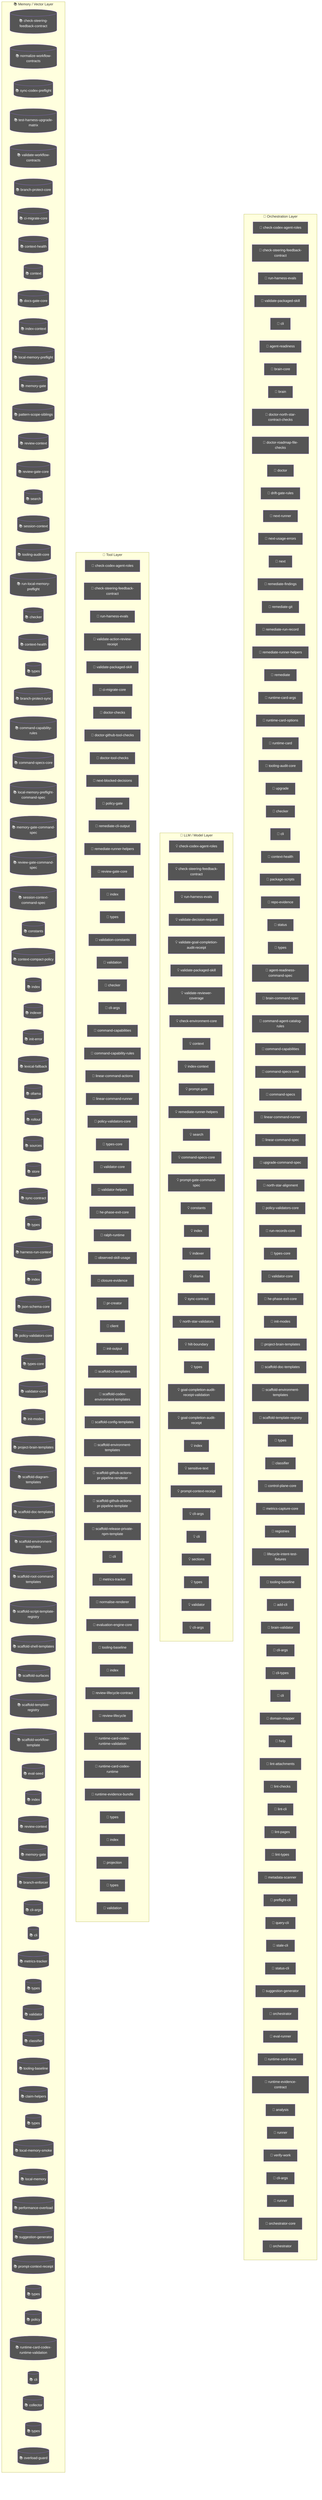
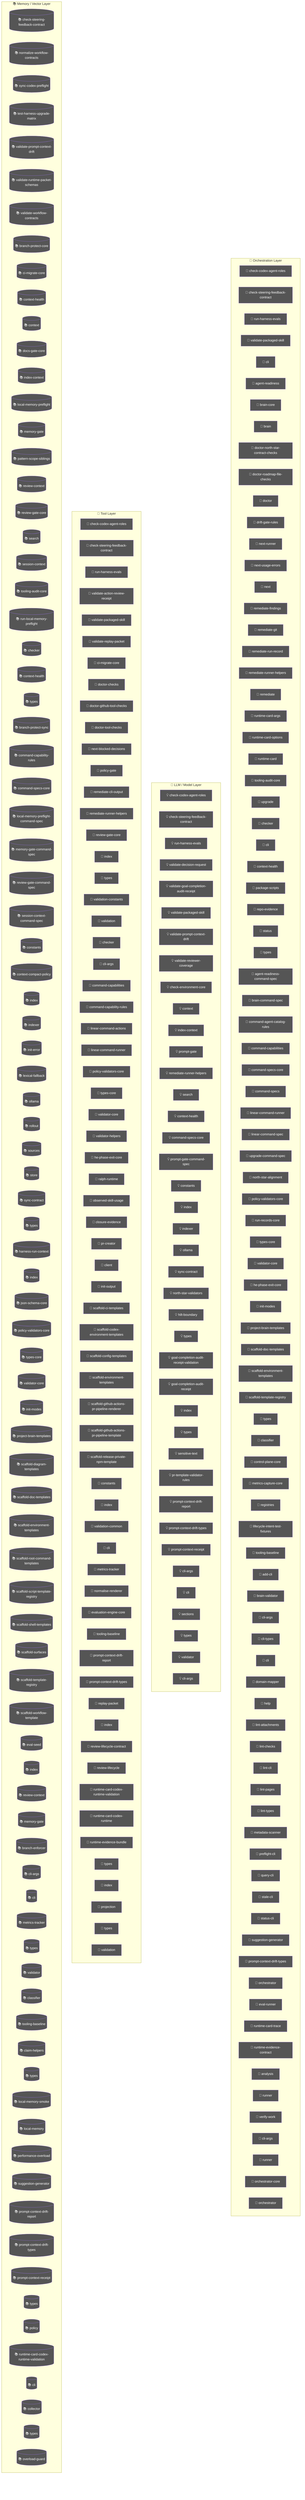
flowchart TD
  subgraph Orchestration["🎯 Orchestration Layer"]
    node_agent_mmd_orchestration_layer_orchestration_chec_7a9f0b64["🤖 check-codex-agent-roles"]
    node_agent_mmd_orchestration_layer_orchestration_chec_7fd47f5c["🤖 check-steering-feedback-contract"]
    node_agent_mmd_orchestration_layer_orchestration_run__18817957["🤖 run-harness-evals"]
    node_agent_mmd_orchestration_layer_orchestration_vali_c01b04be["🤖 validate-packaged-skill"]
    cli_99bb8840["🤖 cli"]
    agent_readiness_c82c68e6["🤖 agent-readiness"]
    brain_core_aa07c380["🤖 brain-core"]
    brain_bbbf7a64["🤖 brain"]
    doctor_north_star_contract_checks_0048124c["🤖 doctor-north-star-contract-checks"]
    doctor_roadmap_file_checks_14447b8e["🤖 doctor-roadmap-file-checks"]
    doctor_72f4be89["🤖 doctor"]
    drift_gate_rules_9685e72d["🤖 drift-gate-rules"]
    next_runner_41643472["🤖 next-runner"]
    next_usage_errors_837a345a["🤖 next-usage-errors"]
    next_c6c1c9a9["🤖 next"]
    remediate_findings_8b09c8c6["🤖 remediate-findings"]
    remediate_git_58c6f6f4["🤖 remediate-git"]
    remediate_run_record_9dfe5dc1["🤖 remediate-run-record"]
    node_agent_mmd_orchestration_layer_orchestration_reme_359fe98f["🤖 remediate-runner-helpers"]
    remediate_06b9c7fc["🤖 remediate"]
    runtime_card_args_2b3d4b28["🤖 runtime-card-args"]
    runtime_card_options_c9156ad5["🤖 runtime-card-options"]
    runtime_card_e06b53e1["🤖 runtime-card"]
    node_agent_mmd_orchestration_layer_orchestration_tool_acfe0c01["🤖 tooling-audit-core"]
    upgrade_7fef9479["🤖 upgrade"]
    node_agent_mmd_orchestration_layer_orchestration_chec_0550c395["🤖 checker"]
    cli_1_084e05fe["🤖 cli"]
    node_agent_mmd_orchestration_layer_orchestration_cont_61b3b9c9["🤖 context-health"]
    package_scripts_3ee6150f["🤖 package-scripts"]
    repo_evidence_38bb1de5["🤖 repo-evidence"]
    status_073c1634["🤖 status"]
    node_agent_mmd_orchestration_layer_orchestration_type_4f906dcc["🤖 types"]
    agent_readiness_command_spec_a30c2c1e["🤖 agent-readiness-command-spec"]
    brain_command_spec_15b122d5["🤖 brain-command-spec"]
    command_agent_catalog_rules_8e06b2af["🤖 command-agent-catalog-rules"]
    node_agent_mmd_orchestration_layer_orchestration_comm_6e41a7f7["🤖 command-capabilities"]
    node_agent_mmd_orchestration_layer_orchestration_comm_1f8cc24c["🤖 command-specs-core"]
    command_specs_69167c63["🤖 command-specs"]
    node_agent_mmd_orchestration_layer_orchestration_line_b67affd5["🤖 linear-command-runner"]
    linear_command_spec_1e12dd44["🤖 linear-command-spec"]
    upgrade_command_spec_03f6c7bd["🤖 upgrade-command-spec"]
    north_star_alignment_00440188["🤖 north-star-alignment"]
    node_agent_mmd_orchestration_layer_orchestration_poli_3270b55d["🤖 policy-validators-core"]
    run_records_core_89286dfa["🤖 run-records-core"]
    node_agent_mmd_orchestration_layer_orchestration_type_7cf81261["🤖 types-core"]
    node_agent_mmd_orchestration_layer_orchestration_vali_d9fe99e6["🤖 validator-core"]
    node_agent_mmd_orchestration_layer_orchestration_he_p_fc778c24["🤖 he-phase-exit-core"]
    node_agent_mmd_orchestration_layer_orchestration_init_2a9c3ecb["🤖 init-modes"]
    node_agent_mmd_orchestration_layer_orchestration_proj_6ab6f60f["🤖 project-brain-templates"]
    node_agent_mmd_orchestration_layer_orchestration_scaf_12cc07db["🤖 scaffold-doc-templates"]
    node_agent_mmd_orchestration_layer_orchestration_scaf_c9a90c2f["🤖 scaffold-environment-templates"]
    node_agent_mmd_orchestration_layer_orchestration_scaf_ff8f92f6["🤖 scaffold-template-registry"]
-     types_14_fe7507be["🤖 types"]
+     types_15_86775c96["🤖 types"]
    node_agent_mmd_orchestration_layer_orchestration_clas_899b821a["🤖 classifier"]
    control_plane_core_db3b4cb2["🤖 control-plane-core"]
    metrics_capture_core_db4bf7cf["🤖 metrics-capture-core"]
    registries_06402afa["🤖 registries"]
    lifecycle_intent_test_fixtures_a53c7ada["🤖 lifecycle-intent-test-fixtures"]
    node_agent_mmd_orchestration_layer_orchestration_tool_cc43149f["🤖 tooling-baseline"]
    add_cli_7614de25["🤖 add-cli"]
    brain_validator_be251832["🤖 brain-validator"]
    cli_args_8_d546936e["🤖 cli-args"]
    cli_types_1686e858["🤖 cli-types"]
    cli_9_b54c1407["🤖 cli"]
    domain_mapper_cd9333d2["🤖 domain-mapper"]
    help_106a5842["🤖 help"]
    lint_attachments_873c0632["🤖 lint-attachments"]
    lint_checks_83522b19["🤖 lint-checks"]
    lint_cli_9ec62ec0["🤖 lint-cli"]
    lint_pages_e33301d0["🤖 lint-pages"]
    lint_types_2862c255["🤖 lint-types"]
    metadata_scanner_6a101b66["🤖 metadata-scanner"]
    preflight_cli_5d148379["🤖 preflight-cli"]
    query_cli_b95be64d["🤖 query-cli"]
    stale_cli_64548720["🤖 stale-cli"]
    status_cli_4c24a0d6["🤖 status-cli"]
    node_agent_mmd_orchestration_layer_orchestration_sugg_85c5ebe3["🤖 suggestion-generator"]
+     node_agent_mmd_orchestration_layer_orchestration_prom_77088997["🤖 prompt-context-drift-types"]
    orchestrator_11376b7e["🤖 orchestrator"]
    eval_runner_0966a6b3["🤖 eval-runner"]
    runtime_card_trace_64a5ca95["🤖 runtime-card-trace"]
    runtime_evidence_contract_0f7b15b2["🤖 runtime-evidence-contract"]
    analysis_f44e85c4["🤖 analysis"]
    runner_527aa9f4["🤖 runner"]
    verify_work_1_cd8e7ec3["🤖 verify-work"]
    cli_args_14_3481043e["🤖 cli-args"]
    runner_1_6f281bf8["🤖 runner"]
    orchestrator_core_d0678b53["🤖 orchestrator-core"]
    orchestrator_1_6b7137c5["🤖 orchestrator"]
  end
  subgraph LLMLayer["🧠 LLM / Model Layer"]
    node_agent_mmd_llm_model_layer_llmlayer_check_codex_a_29e7b7fa["💡 check-codex-agent-roles"]
    node_agent_mmd_llm_model_layer_llmlayer_check_steerin_0e1bf90d["💡 check-steering-feedback-contract"]
    node_agent_mmd_llm_model_layer_llmlayer_run_harness_e_603fcfdc["💡 run-harness-evals"]
    validate_decision_request_2e5c325e["💡 validate-decision-request"]
    validate_goal_completion_audit_receipt_100d252c["💡 validate-goal-completion-audit-receipt"]
    node_agent_mmd_llm_model_layer_llmlayer_validate_pack_2a12e1f4["💡 validate-packaged-skill"]
+     node_agent_mmd_llm_model_layer_llmlayer_validate_prom_9880f764["💡 validate-prompt-context-drift"]
    validate_reviewer_coverage_251efee3["💡 validate-reviewer-coverage"]
    check_environment_core_2c16213f["💡 check-environment-core"]
    node_agent_mmd_llm_model_layer_llmlayer_context_conte_ad2dfbd9["💡 context"]
    node_agent_mmd_llm_model_layer_llmlayer_index_context_1041bd11["💡 index-context"]
    prompt_gate_c5e9d207["💡 prompt-gate"]
    node_agent_mmd_llm_model_layer_llmlayer_remediate_run_9e3d4585["💡 remediate-runner-helpers"]
    node_agent_mmd_llm_model_layer_llmlayer_search_search_66b9a911["💡 search"]
+     node_agent_mmd_llm_model_layer_llmlayer_context_healt_cfc0bfa8["💡 context-health"]
    node_agent_mmd_llm_model_layer_llmlayer_command_specs_782af9fa["💡 command-specs-core"]
    prompt_gate_command_spec_9a941482["💡 prompt-gate-command-spec"]
    node_agent_mmd_llm_model_layer_llmlayer_constants_con_c9bd3f6c["💡 constants"]
    node_agent_mmd_llm_model_layer_llmlayer_index_index_1_02e160ff["💡 index"]
    node_agent_mmd_llm_model_layer_llmlayer_indexer_index_4f4deef5["💡 indexer"]
    node_agent_mmd_llm_model_layer_llmlayer_ollama_ollama_968b23fa["💡 ollama"]
    node_agent_mmd_llm_model_layer_llmlayer_sync_contract_9f3cc8c1["💡 sync-contract"]
    north_star_validators_cfc926ce["💡 north-star-validators"]
    hilt_boundary_9b36fb15["💡 hilt-boundary"]
-     types_8_f6283648["💡 types"]
+     types_9_1db4641f["💡 types"]
    goal_completion_audit_receipt_validation_9d0f4891["💡 goal-completion-audit-receipt-validation"]
    goal_completion_audit_receipt_5e4939c3["💡 goal-completion-audit-receipt"]
-     index_3_7e40d474["💡 index"]
+     index_4_013aa0e3["💡 index"]
+     node_agent_mmd_llm_model_layer_llmlayer_constants_con_c9bd3f6c["💡 constants"]
+     types_16_0fae1112["💡 types"]
    sensitive_text_7c11f760["💡 sensitive-text"]
+     pr_template_validator_rules_20a32d6b["💡 pr-template-validator-rules"]
+     node_agent_mmd_llm_model_layer_llmlayer_index_index_1_02e160ff["💡 index"]
+     node_agent_mmd_llm_model_layer_llmlayer_prompt_contex_9683b128["💡 prompt-context-drift-report"]
+     node_agent_mmd_llm_model_layer_llmlayer_prompt_contex_e5066b88["💡 prompt-context-drift-types"]
    node_agent_mmd_llm_model_layer_llmlayer_index_index_1_02e160ff["💡 index"]
    node_agent_mmd_llm_model_layer_llmlayer_prompt_contex_6426acc2["💡 prompt-context-receipt"]
    cli_args_9_9c136878["💡 cli-args"]
    cli_10_35dc8cbd["💡 cli"]
    sections_4697ef32["💡 sections"]
-     types_24_c63dc1a7["💡 types"]
+     types_26_a5814179["💡 types"]
    validator_6_3688adbf["💡 validator"]
    cli_args_10_861cdd3f["💡 cli-args"]
  end
  subgraph ToolLayer["🔧 Tool Layer"]
    node_agent_mmd_tool_layer_toollayer_check_codex_agent_4b361d5a["🔧 check-codex-agent-roles"]
    node_agent_mmd_tool_layer_toollayer_check_steering_fe_eafecf3a["🔧 check-steering-feedback-contract"]
    node_agent_mmd_tool_layer_toollayer_run_harness_evals_e2ee24f1["🔧 run-harness-evals"]
    validate_action_review_receipt_fa2f06c3["🔧 validate-action-review-receipt"]
    node_agent_mmd_tool_layer_toollayer_validate_packaged_2855c827["🔧 validate-packaged-skill"]
+     validate_replay_packet_f309747e["🔧 validate-replay-packet"]
    node_agent_mmd_tool_layer_toollayer_ci_migrate_core_c_049f8460["🔧 ci-migrate-core"]
    doctor_checks_5a2eb2b9["🔧 doctor-checks"]
    doctor_github_tool_checks_a53b0382["🔧 doctor-github-tool-checks"]
    doctor_tool_checks_4acac51a["🔧 doctor-tool-checks"]
    next_blocked_decisions_4140ad2b["🔧 next-blocked-decisions"]
    policy_gate_213f7313["🔧 policy-gate"]
    remediate_cli_output_cc165396["🔧 remediate-cli-output"]
    node_agent_mmd_tool_layer_toollayer_remediate_runner__c003b871["🔧 remediate-runner-helpers"]
    node_agent_mmd_tool_layer_toollayer_review_gate_core__7704598b["🔧 review-gate-core"]
    index_1bc04b52["🔧 index"]
    types_1_4ecdf56e["🔧 types"]
    validation_constants_e002a0f6["🔧 validation-constants"]
    validation_98c41dcd["🔧 validation"]
    node_agent_mmd_tool_layer_toollayer_checker_checker_2_453d593b["🔧 checker"]
    cli_args_1_6144b055["🔧 cli-args"]
    node_agent_mmd_tool_layer_toollayer_command_capabilit_7fe13db1["🔧 command-capabilities"]
    node_agent_mmd_tool_layer_toollayer_command_capabilit_e97a4615["🔧 command-capability-rules"]
    linear_command_actions_e430f4f4["🔧 linear-command-actions"]
    node_agent_mmd_tool_layer_toollayer_linear_command_ru_d6763748["🔧 linear-command-runner"]
    node_agent_mmd_tool_layer_toollayer_policy_validators_af136abf["🔧 policy-validators-core"]
    node_agent_mmd_tool_layer_toollayer_types_core_types__6c8319b6["🔧 types-core"]
    node_agent_mmd_tool_layer_toollayer_validator_core_va_6ef6131f["🔧 validator-core"]
    validator_helpers_7b927667["🔧 validator-helpers"]
    node_agent_mmd_tool_layer_toollayer_he_phase_exit_cor_af016160["🔧 he-phase-exit-core"]
    ralph_runtime_73d63c0e["🔧 ralph-runtime"]
    observed_skill_usage_ed7d5930["🔧 observed-skill-usage"]
    closure_evidence_aaa31467["🔧 closure-evidence"]
    pr_creator_dc6b1ea4["🔧 pr-creator"]
    client_948fe603["🔧 client"]
    init_output_360dce91["🔧 init-output"]
    scaffold_ci_templates_2afd6392["🔧 scaffold-ci-templates"]
    scaffold_codex_environment_templates_334fbbed["🔧 scaffold-codex-environment-templates"]
    scaffold_config_templates_4b80ce53["🔧 scaffold-config-templates"]
    node_agent_mmd_tool_layer_toollayer_scaffold_environm_c1afc013["🔧 scaffold-environment-templates"]
    scaffold_github_actions_pr_pipeline_renderer_1ee18de5["🔧 scaffold-github-actions-pr-pipeline-renderer"]
    scaffold_github_actions_pr_pipeline_template_e2b85f62["🔧 scaffold-github-actions-pr-pipeline-template"]
    scaffold_release_private_npm_template_075499f8["🔧 scaffold-release-private-npm-template"]
+     node_agent_mmd_tool_layer_toollayer_constants_constan_9d71b829["🔧 constants"]
+     index_8_6f0f20ec["🔧 index"]
+     validation_common_6161e48b["🔧 validation-common"]
    node_agent_mmd_tool_layer_toollayer_cli_cli_2_1_32d9eeaf["🔧 cli"]
    node_agent_mmd_tool_layer_toollayer_metrics_tracker_m_4c9237d8["🔧 metrics-tracker"]
    normalise_renderer_85f2e563["🔧 normalise-renderer"]
    evaluation_engine_core_e054fe49["🔧 evaluation-engine-core"]
    node_agent_mmd_tool_layer_toollayer_tooling_baseline__61e66e9f["🔧 tooling-baseline"]
-     index_10_f6785a46["🔧 index"]
+     node_agent_mmd_tool_layer_toollayer_prompt_context_dr_801c86ff["🔧 prompt-context-drift-report"]
+     node_agent_mmd_tool_layer_toollayer_prompt_context_dr_bd82da46["🔧 prompt-context-drift-types"]
+     replay_packet_a1293f88["🔧 replay-packet"]
+     index_13_97df39c8["🔧 index"]
    review_lifecycle_contract_e5447221["🔧 review-lifecycle-contract"]
    review_lifecycle_89afa64c["🔧 review-lifecycle"]
    node_agent_mmd_tool_layer_toollayer_runtime_card_code_3636ceac["🔧 runtime-card-codex-runtime-validation"]
    runtime_card_codex_runtime_0655e230["🔧 runtime-card-codex-runtime"]
    runtime_evidence_bundle_d471a232["🔧 runtime-evidence-bundle"]
-     types_33_16e22a82["🔧 types"]
-     index_13_97df39c8["🔧 index"]
+     types_35_93e66c64["🔧 types"]
+     index_16_373c8a49["🔧 index"]
    projection_1b250ea1["🔧 projection"]
-     types_35_93e66c64["🔧 types"]
-     validation_5_42b61683["🔧 validation"]
+     types_37_32ccf9f9["🔧 types"]
+     validation_7_c4e6d8b6["🔧 validation"]
  end
  subgraph MemoryLayer["📚 Memory / Vector Layer"]
    node_agent_mmd_memory_vector_layer_memorylayer_check__64c86928[("📚 check-steering-feedback-contract")]
    normalize_workflow_contracts_8701f1c8[("📚 normalize-workflow-contracts")]
    sync_codex_preflight_7e7a8dc2[("📚 sync-codex-preflight")]
    test_harness_upgrade_matrix_84113c4e[("📚 test-harness-upgrade-matrix")]
+     node_agent_mmd_memory_vector_layer_memorylayer_valida_c52c4db8[("📚 validate-prompt-context-drift")]
+     validate_runtime_packet_schemas_bc3ba8ec[("📚 validate-runtime-packet-schemas")]
    validate_workflow_contracts_33dc063c[("📚 validate-workflow-contracts")]
    branch_protect_core_a8feb0fd[("📚 branch-protect-core")]
    node_agent_mmd_memory_vector_layer_memorylayer_ci_mig_0cd5b1a4[("📚 ci-migrate-core")]
    context_health_80bb7da9[("📚 context-health")]
    node_agent_mmd_memory_vector_layer_memorylayer_contex_78ceaaa9[("📚 context")]
    docs_gate_core_eb9b6c18[("📚 docs-gate-core")]
    node_agent_mmd_memory_vector_layer_memorylayer_index__6f3402d0[("📚 index-context")]
    local_memory_preflight_dcc36c42[("📚 local-memory-preflight")]
    memory_gate_a577a506[("📚 memory-gate")]
    pattern_scope_siblings_43abe000[("📚 pattern-scope-siblings")]
    review_context_ca6cf81d[("📚 review-context")]
    node_agent_mmd_memory_vector_layer_memorylayer_review_5bee9816[("📚 review-gate-core")]
    node_agent_mmd_memory_vector_layer_memorylayer_search_ac35cb7e[("📚 search")]
    session_context_e5ec72c0[("📚 session-context")]
    node_agent_mmd_memory_vector_layer_memorylayer_toolin_a1185b8f[("📚 tooling-audit-core")]
    run_local_memory_preflight_36e92808[("📚 run-local-memory-preflight")]
    node_agent_mmd_memory_vector_layer_memorylayer_checke_a583eb4f[("📚 checker")]
-     node_agent_mmd_memory_vector_layer_memorylayer_contex_fe0865d6[("📚 context-health")]
+     node_agent_mmd_memory_vector_layer_memorylayer_contex_3204aa0e[("📚 context-health")]
    node_agent_mmd_memory_vector_layer_memorylayer_types__9ad640a0[("📚 types")]
    branch_protect_sync_570adb18[("📚 branch-protect-sync")]
    node_agent_mmd_memory_vector_layer_memorylayer_comman_c72a5d05[("📚 command-capability-rules")]
    node_agent_mmd_memory_vector_layer_memorylayer_comman_111eb454[("📚 command-specs-core")]
    local_memory_preflight_command_spec_9e23f3ce[("📚 local-memory-preflight-command-spec")]
    memory_gate_command_spec_dc9001a9[("📚 memory-gate-command-spec")]
    review_gate_command_spec_3187376a[("📚 review-gate-command-spec")]
    session_context_command_spec_973afbb1[("📚 session-context-command-spec")]
    node_agent_mmd_memory_vector_layer_memorylayer_consta_702d3f46[("📚 constants")]
    context_compact_policy_3dcaf95d[("📚 context-compact-policy")]
    node_agent_mmd_memory_vector_layer_memorylayer_index__752bc61e[("📚 index")]
    node_agent_mmd_memory_vector_layer_memorylayer_indexe_93e6d86f[("📚 indexer")]
    init_error_5c7dd49f[("📚 init-error")]
    lexical_fallback_723e2b3e[("📚 lexical-fallback")]
    node_agent_mmd_memory_vector_layer_memorylayer_ollama_6d51be16[("📚 ollama")]
    rollout_a4fa034c[("📚 rollout")]
    sources_878a52fc[("📚 sources")]
    store_824d80d7[("📚 store")]
    node_agent_mmd_memory_vector_layer_memorylayer_sync_c_e43418bc[("📚 sync-contract")]
-     types_6_1818fb91[("📚 types")]
+     types_7_2f1ed65e[("📚 types")]
    harness_run_context_ac7c77a9[("📚 harness-run-context")]
-     index_2_10143590[("📚 index")]
+     index_3_7e40d474[("📚 index")]
    json_schema_core_96d7e328[("📚 json-schema-core")]
    node_agent_mmd_memory_vector_layer_memorylayer_policy_1944de42[("📚 policy-validators-core")]
    node_agent_mmd_memory_vector_layer_memorylayer_types__83f369fa[("📚 types-core")]
    node_agent_mmd_memory_vector_layer_memorylayer_valida_41034356[("📚 validator-core")]
    node_agent_mmd_memory_vector_layer_memorylayer_init_m_333d02c5[("📚 init-modes")]
    node_agent_mmd_memory_vector_layer_memorylayer_projec_3ae304d9[("📚 project-brain-templates")]
    scaffold_diagram_templates_dd88e83c[("📚 scaffold-diagram-templates")]
    node_agent_mmd_memory_vector_layer_memorylayer_scaffo_5fd73b94[("📚 scaffold-doc-templates")]
    node_agent_mmd_memory_vector_layer_memorylayer_scaffo_12b42341[("📚 scaffold-environment-templates")]
    scaffold_root_command_templates_404fed7f[("📚 scaffold-root-command-templates")]
    scaffold_script_template_registry_69312d4e[("📚 scaffold-script-template-registry")]
    scaffold_shell_templates_0ad0f915[("📚 scaffold-shell-templates")]
    scaffold_surfaces_12d6494e[("📚 scaffold-surfaces")]
    node_agent_mmd_memory_vector_layer_memorylayer_scaffo_a86eece1[("📚 scaffold-template-registry")]
    scaffold_workflow_template_92310587[("📚 scaffold-workflow-template")]
    eval_seed_5699fd3e[("📚 eval-seed")]
-     index_7_b61a3f30[("📚 index")]
+     index_9_32dd4d91[("📚 index")]
    review_context_1_e3afed15[("📚 review-context")]
    memory_gate_1_265164ac[("📚 memory-gate")]
    branch_enforcer_acb749cd[("📚 branch-enforcer")]
    cli_args_5_09ea29f0[("📚 cli-args")]
    node_agent_mmd_memory_vector_layer_memorylayer_cli_cl_1f1f89ab[("📚 cli")]
    node_agent_mmd_memory_vector_layer_memorylayer_metric_12562178[("📚 metrics-tracker")]
-     types_16_0fae1112[("📚 types")]
+     types_18_37582e2a[("📚 types")]
    validator_4_5180cf23[("📚 validator")]
    node_agent_mmd_memory_vector_layer_memorylayer_classi_1ebbf5ff[("📚 classifier")]
    node_agent_mmd_memory_vector_layer_memorylayer_toolin_14f86b00[("📚 tooling-baseline")]
    claim_helpers_20dc8387[("📚 claim-helpers")]
-     types_21_5756f9dc[("📚 types")]
+     types_23_4352ee2e[("📚 types")]
    local_memory_smoke_1175abfc[("📚 local-memory-smoke")]
    local_memory_0db17ecc[("📚 local-memory")]
    performance_overload_c685bfcf[("📚 performance-overload")]
    node_agent_mmd_memory_vector_layer_memorylayer_sugges_267f408d[("📚 suggestion-generator")]
    node_agent_mmd_memory_vector_layer_memorylayer_index__752bc61e[("📚 index")]
+     node_agent_mmd_memory_vector_layer_memorylayer_prompt_84937d91[("📚 prompt-context-drift-report")]
+     node_agent_mmd_memory_vector_layer_memorylayer_prompt_efd77624[("📚 prompt-context-drift-types")]
+     node_agent_mmd_memory_vector_layer_memorylayer_index__752bc61e[("📚 index")]
    node_agent_mmd_memory_vector_layer_memorylayer_prompt_55c0d605[("📚 prompt-context-receipt")]
-     types_28_4476fcc6[("📚 types")]
+     types_30_424b976c[("📚 types")]
    policy_1_fc4198db[("📚 policy")]
    node_agent_mmd_memory_vector_layer_memorylayer_runtim_a5d23e7f[("📚 runtime-card-codex-runtime-validation")]
    cli_11_338a8415[("📚 cli")]
    collector_0736fd5b[("📚 collector")]
-     types_31_eb363e20[("📚 types")]
+     types_33_16e22a82[("📚 types")]
    overload_guard_2748c559[("📚 overload-guard")]
  end
  classDef agentNode fill:#555,color:#fff
-   class node_agent_mmd_orchestration_layer_orchestration_chec_7a9f0b64,node_agent_mmd_llm_model_layer_llmlayer_check_codex_a_29e7b7fa,node_agent_mmd_tool_layer_toollayer_check_codex_agent_4b361d5a,node_agent_mmd_orchestration_layer_orchestration_chec_7fd47f5c,node_agent_mmd_llm_model_layer_llmlayer_check_steerin_0e1bf90d,node_agent_mmd_tool_layer_toollayer_check_steering_fe_eafecf3a,node_agent_mmd_memory_vector_layer_memorylayer_check__64c86928,node_agent_mmd_orchestration_layer_orchestration_run__18817957,node_agent_mmd_llm_model_layer_llmlayer_run_harness_e_603fcfdc,node_agent_mmd_tool_layer_toollayer_run_harness_evals_e2ee24f1,node_agent_mmd_orchestration_layer_orchestration_vali_c01b04be,node_agent_mmd_llm_model_layer_llmlayer_validate_pack_2a12e1f4,node_agent_mmd_tool_layer_toollayer_validate_packaged_2855c827,cli_99bb8840,agent_readiness_c82c68e6,brain_core_aa07c380,brain_bbbf7a64,doctor_north_star_contract_checks_0048124c,doctor_roadmap_file_checks_14447b8e,doctor_72f4be89,drift_gate_rules_9685e72d,next_runner_41643472,next_usage_errors_837a345a,next_c6c1c9a9,remediate_findings_8b09c8c6,remediate_git_58c6f6f4,remediate_run_record_9dfe5dc1,node_agent_mmd_orchestration_layer_orchestration_reme_359fe98f,node_agent_mmd_llm_model_layer_llmlayer_remediate_run_9e3d4585,node_agent_mmd_tool_layer_toollayer_remediate_runner__c003b871,remediate_06b9c7fc,runtime_card_args_2b3d4b28,runtime_card_options_c9156ad5,runtime_card_e06b53e1,node_agent_mmd_orchestration_layer_orchestration_tool_acfe0c01,node_agent_mmd_memory_vector_layer_memorylayer_toolin_a1185b8f,upgrade_7fef9479,node_agent_mmd_orchestration_layer_orchestration_chec_0550c395,node_agent_mmd_tool_layer_toollayer_checker_checker_2_453d593b,node_agent_mmd_memory_vector_layer_memorylayer_checke_a583eb4f,cli_1_084e05fe,node_agent_mmd_orchestration_layer_orchestration_cont_61b3b9c9,node_agent_mmd_memory_vector_layer_memorylayer_contex_fe0865d6,package_scripts_3ee6150f,repo_evidence_38bb1de5,status_073c1634,node_agent_mmd_orchestration_layer_orchestration_type_4f906dcc,node_agent_mmd_memory_vector_layer_memorylayer_types__9ad640a0,agent_readiness_command_spec_a30c2c1e,brain_command_spec_15b122d5,command_agent_catalog_rules_8e06b2af,node_agent_mmd_orchestration_layer_orchestration_comm_6e41a7f7,node_agent_mmd_tool_layer_toollayer_command_capabilit_7fe13db1,node_agent_mmd_orchestration_layer_orchestration_comm_1f8cc24c,node_agent_mmd_llm_model_layer_llmlayer_command_specs_782af9fa,node_agent_mmd_memory_vector_layer_memorylayer_comman_111eb454,command_specs_69167c63,node_agent_mmd_orchestration_layer_orchestration_line_b67affd5,node_agent_mmd_tool_layer_toollayer_linear_command_ru_d6763748,linear_command_spec_1e12dd44,upgrade_command_spec_03f6c7bd,north_star_alignment_00440188,node_agent_mmd_orchestration_layer_orchestration_poli_3270b55d,node_agent_mmd_tool_layer_toollayer_policy_validators_af136abf,node_agent_mmd_memory_vector_layer_memorylayer_policy_1944de42,run_records_core_89286dfa,node_agent_mmd_orchestration_layer_orchestration_type_7cf81261,node_agent_mmd_tool_layer_toollayer_types_core_types__6c8319b6,node_agent_mmd_memory_vector_layer_memorylayer_types__83f369fa,node_agent_mmd_orchestration_layer_orchestration_vali_d9fe99e6,node_agent_mmd_tool_layer_toollayer_validator_core_va_6ef6131f,node_agent_mmd_memory_vector_layer_memorylayer_valida_41034356,node_agent_mmd_orchestration_layer_orchestration_he_p_fc778c24,node_agent_mmd_tool_layer_toollayer_he_phase_exit_cor_af016160,node_agent_mmd_orchestration_layer_orchestration_init_2a9c3ecb,node_agent_mmd_memory_vector_layer_memorylayer_init_m_333d02c5,node_agent_mmd_orchestration_layer_orchestration_proj_6ab6f60f,node_agent_mmd_memory_vector_layer_memorylayer_projec_3ae304d9,node_agent_mmd_orchestration_layer_orchestration_scaf_12cc07db,node_agent_mmd_memory_vector_layer_memorylayer_scaffo_5fd73b94,node_agent_mmd_orchestration_layer_orchestration_scaf_c9a90c2f,node_agent_mmd_tool_layer_toollayer_scaffold_environm_c1afc013,node_agent_mmd_memory_vector_layer_memorylayer_scaffo_12b42341,node_agent_mmd_orchestration_layer_orchestration_scaf_ff8f92f6,node_agent_mmd_memory_vector_layer_memorylayer_scaffo_a86eece1,types_14_fe7507be,node_agent_mmd_orchestration_layer_orchestration_clas_899b821a,node_agent_mmd_memory_vector_layer_memorylayer_classi_1ebbf5ff,control_plane_core_db3b4cb2,metrics_capture_core_db4bf7cf,registries_06402afa,lifecycle_intent_test_fixtures_a53c7ada,node_agent_mmd_orchestration_layer_orchestration_tool_cc43149f,node_agent_mmd_tool_layer_toollayer_tooling_baseline__61e66e9f,node_agent_mmd_memory_vector_layer_memorylayer_toolin_14f86b00,add_cli_7614de25,brain_validator_be251832,cli_args_8_d546936e,cli_types_1686e858,cli_9_b54c1407,domain_mapper_cd9333d2,help_106a5842,lint_attachments_873c0632,lint_checks_83522b19,lint_cli_9ec62ec0,lint_pages_e33301d0,lint_types_2862c255,metadata_scanner_6a101b66,preflight_cli_5d148379,query_cli_b95be64d,stale_cli_64548720,status_cli_4c24a0d6,node_agent_mmd_orchestration_layer_orchestration_sugg_85c5ebe3,node_agent_mmd_memory_vector_layer_memorylayer_sugges_267f408d,orchestrator_11376b7e,eval_runner_0966a6b3,runtime_card_trace_64a5ca95,runtime_evidence_contract_0f7b15b2,analysis_f44e85c4,runner_527aa9f4,verify_work_1_cd8e7ec3,cli_args_14_3481043e,runner_1_6f281bf8,orchestrator_core_d0678b53,orchestrator_1_6b7137c5 agentNode
+   class node_agent_mmd_orchestration_layer_orchestration_chec_7a9f0b64,node_agent_mmd_llm_model_layer_llmlayer_check_codex_a_29e7b7fa,node_agent_mmd_tool_layer_toollayer_check_codex_agent_4b361d5a,node_agent_mmd_orchestration_layer_orchestration_chec_7fd47f5c,node_agent_mmd_llm_model_layer_llmlayer_check_steerin_0e1bf90d,node_agent_mmd_tool_layer_toollayer_check_steering_fe_eafecf3a,node_agent_mmd_memory_vector_layer_memorylayer_check__64c86928,node_agent_mmd_orchestration_layer_orchestration_run__18817957,node_agent_mmd_llm_model_layer_llmlayer_run_harness_e_603fcfdc,node_agent_mmd_tool_layer_toollayer_run_harness_evals_e2ee24f1,node_agent_mmd_orchestration_layer_orchestration_vali_c01b04be,node_agent_mmd_llm_model_layer_llmlayer_validate_pack_2a12e1f4,node_agent_mmd_tool_layer_toollayer_validate_packaged_2855c827,cli_99bb8840,agent_readiness_c82c68e6,brain_core_aa07c380,brain_bbbf7a64,doctor_north_star_contract_checks_0048124c,doctor_roadmap_file_checks_14447b8e,doctor_72f4be89,drift_gate_rules_9685e72d,next_runner_41643472,next_usage_errors_837a345a,next_c6c1c9a9,remediate_findings_8b09c8c6,remediate_git_58c6f6f4,remediate_run_record_9dfe5dc1,node_agent_mmd_orchestration_layer_orchestration_reme_359fe98f,node_agent_mmd_llm_model_layer_llmlayer_remediate_run_9e3d4585,node_agent_mmd_tool_layer_toollayer_remediate_runner__c003b871,remediate_06b9c7fc,runtime_card_args_2b3d4b28,runtime_card_options_c9156ad5,runtime_card_e06b53e1,node_agent_mmd_orchestration_layer_orchestration_tool_acfe0c01,node_agent_mmd_memory_vector_layer_memorylayer_toolin_a1185b8f,upgrade_7fef9479,node_agent_mmd_orchestration_layer_orchestration_chec_0550c395,node_agent_mmd_tool_layer_toollayer_checker_checker_2_453d593b,node_agent_mmd_memory_vector_layer_memorylayer_checke_a583eb4f,cli_1_084e05fe,node_agent_mmd_orchestration_layer_orchestration_cont_61b3b9c9,node_agent_mmd_llm_model_layer_llmlayer_context_healt_cfc0bfa8,node_agent_mmd_memory_vector_layer_memorylayer_contex_3204aa0e,package_scripts_3ee6150f,repo_evidence_38bb1de5,status_073c1634,node_agent_mmd_orchestration_layer_orchestration_type_4f906dcc,node_agent_mmd_memory_vector_layer_memorylayer_types__9ad640a0,agent_readiness_command_spec_a30c2c1e,brain_command_spec_15b122d5,command_agent_catalog_rules_8e06b2af,node_agent_mmd_orchestration_layer_orchestration_comm_6e41a7f7,node_agent_mmd_tool_layer_toollayer_command_capabilit_7fe13db1,node_agent_mmd_orchestration_layer_orchestration_comm_1f8cc24c,node_agent_mmd_llm_model_layer_llmlayer_command_specs_782af9fa,node_agent_mmd_memory_vector_layer_memorylayer_comman_111eb454,command_specs_69167c63,node_agent_mmd_orchestration_layer_orchestration_line_b67affd5,node_agent_mmd_tool_layer_toollayer_linear_command_ru_d6763748,linear_command_spec_1e12dd44,upgrade_command_spec_03f6c7bd,north_star_alignment_00440188,node_agent_mmd_orchestration_layer_orchestration_poli_3270b55d,node_agent_mmd_tool_layer_toollayer_policy_validators_af136abf,node_agent_mmd_memory_vector_layer_memorylayer_policy_1944de42,run_records_core_89286dfa,node_agent_mmd_orchestration_layer_orchestration_type_7cf81261,node_agent_mmd_tool_layer_toollayer_types_core_types__6c8319b6,node_agent_mmd_memory_vector_layer_memorylayer_types__83f369fa,node_agent_mmd_orchestration_layer_orchestration_vali_d9fe99e6,node_agent_mmd_tool_layer_toollayer_validator_core_va_6ef6131f,node_agent_mmd_memory_vector_layer_memorylayer_valida_41034356,node_agent_mmd_orchestration_layer_orchestration_he_p_fc778c24,node_agent_mmd_tool_layer_toollayer_he_phase_exit_cor_af016160,node_agent_mmd_orchestration_layer_orchestration_init_2a9c3ecb,node_agent_mmd_memory_vector_layer_memorylayer_init_m_333d02c5,node_agent_mmd_orchestration_layer_orchestration_proj_6ab6f60f,node_agent_mmd_memory_vector_layer_memorylayer_projec_3ae304d9,node_agent_mmd_orchestration_layer_orchestration_scaf_12cc07db,node_agent_mmd_memory_vector_layer_memorylayer_scaffo_5fd73b94,node_agent_mmd_orchestration_layer_orchestration_scaf_c9a90c2f,node_agent_mmd_tool_layer_toollayer_scaffold_environm_c1afc013,node_agent_mmd_memory_vector_layer_memorylayer_scaffo_12b42341,node_agent_mmd_orchestration_layer_orchestration_scaf_ff8f92f6,node_agent_mmd_memory_vector_layer_memorylayer_scaffo_a86eece1,types_15_86775c96,node_agent_mmd_orchestration_layer_orchestration_clas_899b821a,node_agent_mmd_memory_vector_layer_memorylayer_classi_1ebbf5ff,control_plane_core_db3b4cb2,metrics_capture_core_db4bf7cf,registries_06402afa,lifecycle_intent_test_fixtures_a53c7ada,node_agent_mmd_orchestration_layer_orchestration_tool_cc43149f,node_agent_mmd_tool_layer_toollayer_tooling_baseline__61e66e9f,node_agent_mmd_memory_vector_layer_memorylayer_toolin_14f86b00,add_cli_7614de25,brain_validator_be251832,cli_args_8_d546936e,cli_types_1686e858,cli_9_b54c1407,domain_mapper_cd9333d2,help_106a5842,lint_attachments_873c0632,lint_checks_83522b19,lint_cli_9ec62ec0,lint_pages_e33301d0,lint_types_2862c255,metadata_scanner_6a101b66,preflight_cli_5d148379,query_cli_b95be64d,stale_cli_64548720,status_cli_4c24a0d6,node_agent_mmd_orchestration_layer_orchestration_sugg_85c5ebe3,node_agent_mmd_memory_vector_layer_memorylayer_sugges_267f408d,node_agent_mmd_orchestration_layer_orchestration_prom_77088997,node_agent_mmd_llm_model_layer_llmlayer_prompt_contex_e5066b88,node_agent_mmd_tool_layer_toollayer_prompt_context_dr_bd82da46,node_agent_mmd_memory_vector_layer_memorylayer_prompt_efd77624,orchestrator_11376b7e,eval_runner_0966a6b3,runtime_card_trace_64a5ca95,runtime_evidence_contract_0f7b15b2,analysis_f44e85c4,runner_527aa9f4,verify_work_1_cd8e7ec3,cli_args_14_3481043e,runner_1_6f281bf8,orchestrator_core_d0678b53,orchestrator_1_6b7137c5 agentNode
  classDef llmNode fill:#555,color:#fff
-   class node_agent_mmd_orchestration_layer_orchestration_chec_7a9f0b64,node_agent_mmd_llm_model_layer_llmlayer_check_codex_a_29e7b7fa,node_agent_mmd_tool_layer_toollayer_check_codex_agent_4b361d5a,node_agent_mmd_orchestration_layer_orchestration_chec_7fd47f5c,node_agent_mmd_llm_model_layer_llmlayer_check_steerin_0e1bf90d,node_agent_mmd_tool_layer_toollayer_check_steering_fe_eafecf3a,node_agent_mmd_memory_vector_layer_memorylayer_check__64c86928,node_agent_mmd_orchestration_layer_orchestration_run__18817957,node_agent_mmd_llm_model_layer_llmlayer_run_harness_e_603fcfdc,node_agent_mmd_tool_layer_toollayer_run_harness_evals_e2ee24f1,validate_decision_request_2e5c325e,validate_goal_completion_audit_receipt_100d252c,node_agent_mmd_orchestration_layer_orchestration_vali_c01b04be,node_agent_mmd_llm_model_layer_llmlayer_validate_pack_2a12e1f4,node_agent_mmd_tool_layer_toollayer_validate_packaged_2855c827,validate_reviewer_coverage_251efee3,check_environment_core_2c16213f,node_agent_mmd_llm_model_layer_llmlayer_context_conte_ad2dfbd9,node_agent_mmd_memory_vector_layer_memorylayer_contex_78ceaaa9,node_agent_mmd_llm_model_layer_llmlayer_index_context_1041bd11,node_agent_mmd_memory_vector_layer_memorylayer_index__6f3402d0,prompt_gate_c5e9d207,node_agent_mmd_orchestration_layer_orchestration_reme_359fe98f,node_agent_mmd_llm_model_layer_llmlayer_remediate_run_9e3d4585,node_agent_mmd_tool_layer_toollayer_remediate_runner__c003b871,node_agent_mmd_llm_model_layer_llmlayer_search_search_66b9a911,node_agent_mmd_memory_vector_layer_memorylayer_search_ac35cb7e,node_agent_mmd_orchestration_layer_orchestration_comm_1f8cc24c,node_agent_mmd_llm_model_layer_llmlayer_command_specs_782af9fa,node_agent_mmd_memory_vector_layer_memorylayer_comman_111eb454,prompt_gate_command_spec_9a941482,node_agent_mmd_llm_model_layer_llmlayer_constants_con_c9bd3f6c,node_agent_mmd_memory_vector_layer_memorylayer_consta_702d3f46,node_agent_mmd_llm_model_layer_llmlayer_index_index_1_02e160ff,node_agent_mmd_memory_vector_layer_memorylayer_index__752bc61e,node_agent_mmd_llm_model_layer_llmlayer_indexer_index_4f4deef5,node_agent_mmd_memory_vector_layer_memorylayer_indexe_93e6d86f,node_agent_mmd_llm_model_layer_llmlayer_ollama_ollama_968b23fa,node_agent_mmd_memory_vector_layer_memorylayer_ollama_6d51be16,node_agent_mmd_llm_model_layer_llmlayer_sync_contract_9f3cc8c1,node_agent_mmd_memory_vector_layer_memorylayer_sync_c_e43418bc,north_star_validators_cfc926ce,hilt_boundary_9b36fb15,types_8_f6283648,goal_completion_audit_receipt_validation_9d0f4891,goal_completion_audit_receipt_5e4939c3,index_3_7e40d474,sensitive_text_7c11f760,node_agent_mmd_llm_model_layer_llmlayer_prompt_contex_6426acc2,node_agent_mmd_memory_vector_layer_memorylayer_prompt_55c0d605,cli_args_9_9c136878,cli_10_35dc8cbd,sections_4697ef32,types_24_c63dc1a7,validator_6_3688adbf,cli_args_10_861cdd3f llmNode
+   class node_agent_mmd_orchestration_layer_orchestration_chec_7a9f0b64,node_agent_mmd_llm_model_layer_llmlayer_check_codex_a_29e7b7fa,node_agent_mmd_tool_layer_toollayer_check_codex_agent_4b361d5a,node_agent_mmd_orchestration_layer_orchestration_chec_7fd47f5c,node_agent_mmd_llm_model_layer_llmlayer_check_steerin_0e1bf90d,node_agent_mmd_tool_layer_toollayer_check_steering_fe_eafecf3a,node_agent_mmd_memory_vector_layer_memorylayer_check__64c86928,node_agent_mmd_orchestration_layer_orchestration_run__18817957,node_agent_mmd_llm_model_layer_llmlayer_run_harness_e_603fcfdc,node_agent_mmd_tool_layer_toollayer_run_harness_evals_e2ee24f1,validate_decision_request_2e5c325e,validate_goal_completion_audit_receipt_100d252c,node_agent_mmd_orchestration_layer_orchestration_vali_c01b04be,node_agent_mmd_llm_model_layer_llmlayer_validate_pack_2a12e1f4,node_agent_mmd_tool_layer_toollayer_validate_packaged_2855c827,node_agent_mmd_llm_model_layer_llmlayer_validate_prom_9880f764,node_agent_mmd_memory_vector_layer_memorylayer_valida_c52c4db8,validate_reviewer_coverage_251efee3,check_environment_core_2c16213f,node_agent_mmd_llm_model_layer_llmlayer_context_conte_ad2dfbd9,node_agent_mmd_memory_vector_layer_memorylayer_contex_78ceaaa9,node_agent_mmd_llm_model_layer_llmlayer_index_context_1041bd11,node_agent_mmd_memory_vector_layer_memorylayer_index__6f3402d0,prompt_gate_c5e9d207,node_agent_mmd_orchestration_layer_orchestration_reme_359fe98f,node_agent_mmd_llm_model_layer_llmlayer_remediate_run_9e3d4585,node_agent_mmd_tool_layer_toollayer_remediate_runner__c003b871,node_agent_mmd_llm_model_layer_llmlayer_search_search_66b9a911,node_agent_mmd_memory_vector_layer_memorylayer_search_ac35cb7e,node_agent_mmd_orchestration_layer_orchestration_cont_61b3b9c9,node_agent_mmd_llm_model_layer_llmlayer_context_healt_cfc0bfa8,node_agent_mmd_memory_vector_layer_memorylayer_contex_3204aa0e,node_agent_mmd_orchestration_layer_orchestration_comm_1f8cc24c,node_agent_mmd_llm_model_layer_llmlayer_command_specs_782af9fa,node_agent_mmd_memory_vector_layer_memorylayer_comman_111eb454,prompt_gate_command_spec_9a941482,node_agent_mmd_llm_model_layer_llmlayer_constants_con_c9bd3f6c,node_agent_mmd_memory_vector_layer_memorylayer_consta_702d3f46,node_agent_mmd_llm_model_layer_llmlayer_index_index_1_02e160ff,node_agent_mmd_memory_vector_layer_memorylayer_index__752bc61e,node_agent_mmd_llm_model_layer_llmlayer_indexer_index_4f4deef5,node_agent_mmd_memory_vector_layer_memorylayer_indexe_93e6d86f,node_agent_mmd_llm_model_layer_llmlayer_ollama_ollama_968b23fa,node_agent_mmd_memory_vector_layer_memorylayer_ollama_6d51be16,node_agent_mmd_llm_model_layer_llmlayer_sync_contract_9f3cc8c1,node_agent_mmd_memory_vector_layer_memorylayer_sync_c_e43418bc,north_star_validators_cfc926ce,hilt_boundary_9b36fb15,types_9_1db4641f,goal_completion_audit_receipt_validation_9d0f4891,goal_completion_audit_receipt_5e4939c3,index_4_013aa0e3,node_agent_mmd_tool_layer_toollayer_constants_constan_9d71b829,types_16_0fae1112,sensitive_text_7c11f760,pr_template_validator_rules_20a32d6b,node_agent_mmd_llm_model_layer_llmlayer_prompt_contex_9683b128,node_agent_mmd_tool_layer_toollayer_prompt_context_dr_801c86ff,node_agent_mmd_memory_vector_layer_memorylayer_prompt_84937d91,node_agent_mmd_orchestration_layer_orchestration_prom_77088997,node_agent_mmd_llm_model_layer_llmlayer_prompt_contex_e5066b88,node_agent_mmd_tool_layer_toollayer_prompt_context_dr_bd82da46,node_agent_mmd_memory_vector_layer_memorylayer_prompt_efd77624,node_agent_mmd_llm_model_layer_llmlayer_prompt_contex_6426acc2,node_agent_mmd_memory_vector_layer_memorylayer_prompt_55c0d605,cli_args_9_9c136878,cli_10_35dc8cbd,sections_4697ef32,types_26_a5814179,validator_6_3688adbf,cli_args_10_861cdd3f llmNode
  classDef toolNode fill:#555,color:#fff
-   class node_agent_mmd_orchestration_layer_orchestration_chec_7a9f0b64,node_agent_mmd_llm_model_layer_llmlayer_check_codex_a_29e7b7fa,node_agent_mmd_tool_layer_toollayer_check_codex_agent_4b361d5a,node_agent_mmd_orchestration_layer_orchestration_chec_7fd47f5c,node_agent_mmd_llm_model_layer_llmlayer_check_steerin_0e1bf90d,node_agent_mmd_tool_layer_toollayer_check_steering_fe_eafecf3a,node_agent_mmd_memory_vector_layer_memorylayer_check__64c86928,node_agent_mmd_orchestration_layer_orchestration_run__18817957,node_agent_mmd_llm_model_layer_llmlayer_run_harness_e_603fcfdc,node_agent_mmd_tool_layer_toollayer_run_harness_evals_e2ee24f1,validate_action_review_receipt_fa2f06c3,node_agent_mmd_orchestration_layer_orchestration_vali_c01b04be,node_agent_mmd_llm_model_layer_llmlayer_validate_pack_2a12e1f4,node_agent_mmd_tool_layer_toollayer_validate_packaged_2855c827,node_agent_mmd_tool_layer_toollayer_ci_migrate_core_c_049f8460,node_agent_mmd_memory_vector_layer_memorylayer_ci_mig_0cd5b1a4,doctor_checks_5a2eb2b9,doctor_github_tool_checks_a53b0382,doctor_tool_checks_4acac51a,next_blocked_decisions_4140ad2b,policy_gate_213f7313,remediate_cli_output_cc165396,node_agent_mmd_orchestration_layer_orchestration_reme_359fe98f,node_agent_mmd_llm_model_layer_llmlayer_remediate_run_9e3d4585,node_agent_mmd_tool_layer_toollayer_remediate_runner__c003b871,node_agent_mmd_tool_layer_toollayer_review_gate_core__7704598b,node_agent_mmd_memory_vector_layer_memorylayer_review_5bee9816,index_1bc04b52,types_1_4ecdf56e,validation_constants_e002a0f6,validation_98c41dcd,node_agent_mmd_orchestration_layer_orchestration_chec_0550c395,node_agent_mmd_tool_layer_toollayer_checker_checker_2_453d593b,node_agent_mmd_memory_vector_layer_memorylayer_checke_a583eb4f,cli_args_1_6144b055,node_agent_mmd_orchestration_layer_orchestration_comm_6e41a7f7,node_agent_mmd_tool_layer_toollayer_command_capabilit_7fe13db1,node_agent_mmd_tool_layer_toollayer_command_capabilit_e97a4615,node_agent_mmd_memory_vector_layer_memorylayer_comman_c72a5d05,linear_command_actions_e430f4f4,node_agent_mmd_orchestration_layer_orchestration_line_b67affd5,node_agent_mmd_tool_layer_toollayer_linear_command_ru_d6763748,node_agent_mmd_orchestration_layer_orchestration_poli_3270b55d,node_agent_mmd_tool_layer_toollayer_policy_validators_af136abf,node_agent_mmd_memory_vector_layer_memorylayer_policy_1944de42,node_agent_mmd_orchestration_layer_orchestration_type_7cf81261,node_agent_mmd_tool_layer_toollayer_types_core_types__6c8319b6,node_agent_mmd_memory_vector_layer_memorylayer_types__83f369fa,node_agent_mmd_orchestration_layer_orchestration_vali_d9fe99e6,node_agent_mmd_tool_layer_toollayer_validator_core_va_6ef6131f,node_agent_mmd_memory_vector_layer_memorylayer_valida_41034356,validator_helpers_7b927667,node_agent_mmd_orchestration_layer_orchestration_he_p_fc778c24,node_agent_mmd_tool_layer_toollayer_he_phase_exit_cor_af016160,ralph_runtime_73d63c0e,observed_skill_usage_ed7d5930,closure_evidence_aaa31467,pr_creator_dc6b1ea4,client_948fe603,init_output_360dce91,scaffold_ci_templates_2afd6392,scaffold_codex_environment_templates_334fbbed,scaffold_config_templates_4b80ce53,node_agent_mmd_orchestration_layer_orchestration_scaf_c9a90c2f,node_agent_mmd_tool_layer_toollayer_scaffold_environm_c1afc013,node_agent_mmd_memory_vector_layer_memorylayer_scaffo_12b42341,scaffold_github_actions_pr_pipeline_renderer_1ee18de5,scaffold_github_actions_pr_pipeline_template_e2b85f62,scaffold_release_private_npm_template_075499f8,node_agent_mmd_tool_layer_toollayer_cli_cli_2_1_32d9eeaf,node_agent_mmd_memory_vector_layer_memorylayer_cli_cl_1f1f89ab,node_agent_mmd_tool_layer_toollayer_metrics_tracker_m_4c9237d8,node_agent_mmd_memory_vector_layer_memorylayer_metric_12562178,normalise_renderer_85f2e563,evaluation_engine_core_e054fe49,node_agent_mmd_orchestration_layer_orchestration_tool_cc43149f,node_agent_mmd_tool_layer_toollayer_tooling_baseline__61e66e9f,node_agent_mmd_memory_vector_layer_memorylayer_toolin_14f86b00,index_10_f6785a46,review_lifecycle_contract_e5447221,review_lifecycle_89afa64c,node_agent_mmd_tool_layer_toollayer_runtime_card_code_3636ceac,node_agent_mmd_memory_vector_layer_memorylayer_runtim_a5d23e7f,runtime_card_codex_runtime_0655e230,runtime_evidence_bundle_d471a232,types_33_16e22a82,index_13_97df39c8,projection_1b250ea1,types_35_93e66c64,validation_5_42b61683 toolNode
+   class node_agent_mmd_orchestration_layer_orchestration_chec_7a9f0b64,node_agent_mmd_llm_model_layer_llmlayer_check_codex_a_29e7b7fa,node_agent_mmd_tool_layer_toollayer_check_codex_agent_4b361d5a,node_agent_mmd_orchestration_layer_orchestration_chec_7fd47f5c,node_agent_mmd_llm_model_layer_llmlayer_check_steerin_0e1bf90d,node_agent_mmd_tool_layer_toollayer_check_steering_fe_eafecf3a,node_agent_mmd_memory_vector_layer_memorylayer_check__64c86928,node_agent_mmd_orchestration_layer_orchestration_run__18817957,node_agent_mmd_llm_model_layer_llmlayer_run_harness_e_603fcfdc,node_agent_mmd_tool_layer_toollayer_run_harness_evals_e2ee24f1,validate_action_review_receipt_fa2f06c3,node_agent_mmd_orchestration_layer_orchestration_vali_c01b04be,node_agent_mmd_llm_model_layer_llmlayer_validate_pack_2a12e1f4,node_agent_mmd_tool_layer_toollayer_validate_packaged_2855c827,validate_replay_packet_f309747e,node_agent_mmd_tool_layer_toollayer_ci_migrate_core_c_049f8460,node_agent_mmd_memory_vector_layer_memorylayer_ci_mig_0cd5b1a4,doctor_checks_5a2eb2b9,doctor_github_tool_checks_a53b0382,doctor_tool_checks_4acac51a,next_blocked_decisions_4140ad2b,policy_gate_213f7313,remediate_cli_output_cc165396,node_agent_mmd_orchestration_layer_orchestration_reme_359fe98f,node_agent_mmd_llm_model_layer_llmlayer_remediate_run_9e3d4585,node_agent_mmd_tool_layer_toollayer_remediate_runner__c003b871,node_agent_mmd_tool_layer_toollayer_review_gate_core__7704598b,node_agent_mmd_memory_vector_layer_memorylayer_review_5bee9816,index_1bc04b52,types_1_4ecdf56e,validation_constants_e002a0f6,validation_98c41dcd,node_agent_mmd_orchestration_layer_orchestration_chec_0550c395,node_agent_mmd_tool_layer_toollayer_checker_checker_2_453d593b,node_agent_mmd_memory_vector_layer_memorylayer_checke_a583eb4f,cli_args_1_6144b055,node_agent_mmd_orchestration_layer_orchestration_comm_6e41a7f7,node_agent_mmd_tool_layer_toollayer_command_capabilit_7fe13db1,node_agent_mmd_tool_layer_toollayer_command_capabilit_e97a4615,node_agent_mmd_memory_vector_layer_memorylayer_comman_c72a5d05,linear_command_actions_e430f4f4,node_agent_mmd_orchestration_layer_orchestration_line_b67affd5,node_agent_mmd_tool_layer_toollayer_linear_command_ru_d6763748,node_agent_mmd_orchestration_layer_orchestration_poli_3270b55d,node_agent_mmd_tool_layer_toollayer_policy_validators_af136abf,node_agent_mmd_memory_vector_layer_memorylayer_policy_1944de42,node_agent_mmd_orchestration_layer_orchestration_type_7cf81261,node_agent_mmd_tool_layer_toollayer_types_core_types__6c8319b6,node_agent_mmd_memory_vector_layer_memorylayer_types__83f369fa,node_agent_mmd_orchestration_layer_orchestration_vali_d9fe99e6,node_agent_mmd_tool_layer_toollayer_validator_core_va_6ef6131f,node_agent_mmd_memory_vector_layer_memorylayer_valida_41034356,validator_helpers_7b927667,node_agent_mmd_orchestration_layer_orchestration_he_p_fc778c24,node_agent_mmd_tool_layer_toollayer_he_phase_exit_cor_af016160,ralph_runtime_73d63c0e,observed_skill_usage_ed7d5930,closure_evidence_aaa31467,pr_creator_dc6b1ea4,client_948fe603,init_output_360dce91,scaffold_ci_templates_2afd6392,scaffold_codex_environment_templates_334fbbed,scaffold_config_templates_4b80ce53,node_agent_mmd_orchestration_layer_orchestration_scaf_c9a90c2f,node_agent_mmd_tool_layer_toollayer_scaffold_environm_c1afc013,node_agent_mmd_memory_vector_layer_memorylayer_scaffo_12b42341,scaffold_github_actions_pr_pipeline_renderer_1ee18de5,scaffold_github_actions_pr_pipeline_template_e2b85f62,scaffold_release_private_npm_template_075499f8,node_agent_mmd_llm_model_layer_llmlayer_constants_con_c9bd3f6c,node_agent_mmd_tool_layer_toollayer_constants_constan_9d71b829,index_8_6f0f20ec,validation_common_6161e48b,node_agent_mmd_tool_layer_toollayer_cli_cli_2_1_32d9eeaf,node_agent_mmd_memory_vector_layer_memorylayer_cli_cl_1f1f89ab,node_agent_mmd_tool_layer_toollayer_metrics_tracker_m_4c9237d8,node_agent_mmd_memory_vector_layer_memorylayer_metric_12562178,normalise_renderer_85f2e563,evaluation_engine_core_e054fe49,node_agent_mmd_orchestration_layer_orchestration_tool_cc43149f,node_agent_mmd_tool_layer_toollayer_tooling_baseline__61e66e9f,node_agent_mmd_memory_vector_layer_memorylayer_toolin_14f86b00,node_agent_mmd_llm_model_layer_llmlayer_prompt_contex_9683b128,node_agent_mmd_tool_layer_toollayer_prompt_context_dr_801c86ff,node_agent_mmd_memory_vector_layer_memorylayer_prompt_84937d91,node_agent_mmd_orchestration_layer_orchestration_prom_77088997,node_agent_mmd_llm_model_layer_llmlayer_prompt_contex_e5066b88,node_agent_mmd_tool_layer_toollayer_prompt_context_dr_bd82da46,node_agent_mmd_memory_vector_layer_memorylayer_prompt_efd77624,replay_packet_a1293f88,index_13_97df39c8,review_lifecycle_contract_e5447221,review_lifecycle_89afa64c,node_agent_mmd_tool_layer_toollayer_runtime_card_code_3636ceac,node_agent_mmd_memory_vector_layer_memorylayer_runtim_a5d23e7f,runtime_card_codex_runtime_0655e230,runtime_evidence_bundle_d471a232,types_35_93e66c64,index_16_373c8a49,projection_1b250ea1,types_37_32ccf9f9,validation_7_c4e6d8b6 toolNode
  classDef memNode fill:#555,color:#fff
-   class node_agent_mmd_orchestration_layer_orchestration_chec_7fd47f5c,node_agent_mmd_llm_model_layer_llmlayer_check_steerin_0e1bf90d,node_agent_mmd_tool_layer_toollayer_check_steering_fe_eafecf3a,node_agent_mmd_memory_vector_layer_memorylayer_check__64c86928,normalize_workflow_contracts_8701f1c8,sync_codex_preflight_7e7a8dc2,test_harness_upgrade_matrix_84113c4e,validate_workflow_contracts_33dc063c,branch_protect_core_a8feb0fd,node_agent_mmd_tool_layer_toollayer_ci_migrate_core_c_049f8460,node_agent_mmd_memory_vector_layer_memorylayer_ci_mig_0cd5b1a4,context_health_80bb7da9,node_agent_mmd_llm_model_layer_llmlayer_context_conte_ad2dfbd9,node_agent_mmd_memory_vector_layer_memorylayer_contex_78ceaaa9,docs_gate_core_eb9b6c18,node_agent_mmd_llm_model_layer_llmlayer_index_context_1041bd11,node_agent_mmd_memory_vector_layer_memorylayer_index__6f3402d0,local_memory_preflight_dcc36c42,memory_gate_a577a506,pattern_scope_siblings_43abe000,review_context_ca6cf81d,node_agent_mmd_tool_layer_toollayer_review_gate_core__7704598b,node_agent_mmd_memory_vector_layer_memorylayer_review_5bee9816,node_agent_mmd_llm_model_layer_llmlayer_search_search_66b9a911,node_agent_mmd_memory_vector_layer_memorylayer_search_ac35cb7e,session_context_e5ec72c0,node_agent_mmd_orchestration_layer_orchestration_tool_acfe0c01,node_agent_mmd_memory_vector_layer_memorylayer_toolin_a1185b8f,run_local_memory_preflight_36e92808,node_agent_mmd_orchestration_layer_orchestration_chec_0550c395,node_agent_mmd_tool_layer_toollayer_checker_checker_2_453d593b,node_agent_mmd_memory_vector_layer_memorylayer_checke_a583eb4f,node_agent_mmd_orchestration_layer_orchestration_cont_61b3b9c9,node_agent_mmd_memory_vector_layer_memorylayer_contex_fe0865d6,node_agent_mmd_orchestration_layer_orchestration_type_4f906dcc,node_agent_mmd_memory_vector_layer_memorylayer_types__9ad640a0,branch_protect_sync_570adb18,node_agent_mmd_tool_layer_toollayer_command_capabilit_e97a4615,node_agent_mmd_memory_vector_layer_memorylayer_comman_c72a5d05,node_agent_mmd_orchestration_layer_orchestration_comm_1f8cc24c,node_agent_mmd_llm_model_layer_llmlayer_command_specs_782af9fa,node_agent_mmd_memory_vector_layer_memorylayer_comman_111eb454,local_memory_preflight_command_spec_9e23f3ce,memory_gate_command_spec_dc9001a9,review_gate_command_spec_3187376a,session_context_command_spec_973afbb1,node_agent_mmd_llm_model_layer_llmlayer_constants_con_c9bd3f6c,node_agent_mmd_memory_vector_layer_memorylayer_consta_702d3f46,context_compact_policy_3dcaf95d,node_agent_mmd_llm_model_layer_llmlayer_index_index_1_02e160ff,node_agent_mmd_memory_vector_layer_memorylayer_index__752bc61e,node_agent_mmd_llm_model_layer_llmlayer_indexer_index_4f4deef5,node_agent_mmd_memory_vector_layer_memorylayer_indexe_93e6d86f,init_error_5c7dd49f,lexical_fallback_723e2b3e,node_agent_mmd_llm_model_layer_llmlayer_ollama_ollama_968b23fa,node_agent_mmd_memory_vector_layer_memorylayer_ollama_6d51be16,rollout_a4fa034c,sources_878a52fc,store_824d80d7,node_agent_mmd_llm_model_layer_llmlayer_sync_contract_9f3cc8c1,node_agent_mmd_memory_vector_layer_memorylayer_sync_c_e43418bc,types_6_1818fb91,harness_run_context_ac7c77a9,index_2_10143590,json_schema_core_96d7e328,node_agent_mmd_orchestration_layer_orchestration_poli_3270b55d,node_agent_mmd_tool_layer_toollayer_policy_validators_af136abf,node_agent_mmd_memory_vector_layer_memorylayer_policy_1944de42,node_agent_mmd_orchestration_layer_orchestration_type_7cf81261,node_agent_mmd_tool_layer_toollayer_types_core_types__6c8319b6,node_agent_mmd_memory_vector_layer_memorylayer_types__83f369fa,node_agent_mmd_orchestration_layer_orchestration_vali_d9fe99e6,node_agent_mmd_tool_layer_toollayer_validator_core_va_6ef6131f,node_agent_mmd_memory_vector_layer_memorylayer_valida_41034356,node_agent_mmd_orchestration_layer_orchestration_init_2a9c3ecb,node_agent_mmd_memory_vector_layer_memorylayer_init_m_333d02c5,node_agent_mmd_orchestration_layer_orchestration_proj_6ab6f60f,node_agent_mmd_memory_vector_layer_memorylayer_projec_3ae304d9,scaffold_diagram_templates_dd88e83c,node_agent_mmd_orchestration_layer_orchestration_scaf_12cc07db,node_agent_mmd_memory_vector_layer_memorylayer_scaffo_5fd73b94,node_agent_mmd_orchestration_layer_orchestration_scaf_c9a90c2f,node_agent_mmd_tool_layer_toollayer_scaffold_environm_c1afc013,node_agent_mmd_memory_vector_layer_memorylayer_scaffo_12b42341,scaffold_root_command_templates_404fed7f,scaffold_script_template_registry_69312d4e,scaffold_shell_templates_0ad0f915,scaffold_surfaces_12d6494e,node_agent_mmd_orchestration_layer_orchestration_scaf_ff8f92f6,node_agent_mmd_memory_vector_layer_memorylayer_scaffo_a86eece1,scaffold_workflow_template_92310587,eval_seed_5699fd3e,index_7_b61a3f30,review_context_1_e3afed15,memory_gate_1_265164ac,branch_enforcer_acb749cd,cli_args_5_09ea29f0,node_agent_mmd_tool_layer_toollayer_cli_cli_2_1_32d9eeaf,node_agent_mmd_memory_vector_layer_memorylayer_cli_cl_1f1f89ab,node_agent_mmd_tool_layer_toollayer_metrics_tracker_m_4c9237d8,node_agent_mmd_memory_vector_layer_memorylayer_metric_12562178,types_16_0fae1112,validator_4_5180cf23,node_agent_mmd_orchestration_layer_orchestration_clas_899b821a,node_agent_mmd_memory_vector_layer_memorylayer_classi_1ebbf5ff,node_agent_mmd_orchestration_layer_orchestration_tool_cc43149f,node_agent_mmd_tool_layer_toollayer_tooling_baseline__61e66e9f,node_agent_mmd_memory_vector_layer_memorylayer_toolin_14f86b00,claim_helpers_20dc8387,types_21_5756f9dc,local_memory_smoke_1175abfc,local_memory_0db17ecc,performance_overload_c685bfcf,node_agent_mmd_orchestration_layer_orchestration_sugg_85c5ebe3,node_agent_mmd_memory_vector_layer_memorylayer_sugges_267f408d,node_agent_mmd_llm_model_layer_llmlayer_prompt_contex_6426acc2,node_agent_mmd_memory_vector_layer_memorylayer_prompt_55c0d605,types_28_4476fcc6,policy_1_fc4198db,node_agent_mmd_tool_layer_toollayer_runtime_card_code_3636ceac,node_agent_mmd_memory_vector_layer_memorylayer_runtim_a5d23e7f,cli_11_338a8415,collector_0736fd5b,types_31_eb363e20,overload_guard_2748c559 memNode
+   class node_agent_mmd_orchestration_layer_orchestration_chec_7fd47f5c,node_agent_mmd_llm_model_layer_llmlayer_check_steerin_0e1bf90d,node_agent_mmd_tool_layer_toollayer_check_steering_fe_eafecf3a,node_agent_mmd_memory_vector_layer_memorylayer_check__64c86928,normalize_workflow_contracts_8701f1c8,sync_codex_preflight_7e7a8dc2,test_harness_upgrade_matrix_84113c4e,node_agent_mmd_llm_model_layer_llmlayer_validate_prom_9880f764,node_agent_mmd_memory_vector_layer_memorylayer_valida_c52c4db8,validate_runtime_packet_schemas_bc3ba8ec,validate_workflow_contracts_33dc063c,branch_protect_core_a8feb0fd,node_agent_mmd_tool_layer_toollayer_ci_migrate_core_c_049f8460,node_agent_mmd_memory_vector_layer_memorylayer_ci_mig_0cd5b1a4,context_health_80bb7da9,node_agent_mmd_llm_model_layer_llmlayer_context_conte_ad2dfbd9,node_agent_mmd_memory_vector_layer_memorylayer_contex_78ceaaa9,docs_gate_core_eb9b6c18,node_agent_mmd_llm_model_layer_llmlayer_index_context_1041bd11,node_agent_mmd_memory_vector_layer_memorylayer_index__6f3402d0,local_memory_preflight_dcc36c42,memory_gate_a577a506,pattern_scope_siblings_43abe000,review_context_ca6cf81d,node_agent_mmd_tool_layer_toollayer_review_gate_core__7704598b,node_agent_mmd_memory_vector_layer_memorylayer_review_5bee9816,node_agent_mmd_llm_model_layer_llmlayer_search_search_66b9a911,node_agent_mmd_memory_vector_layer_memorylayer_search_ac35cb7e,session_context_e5ec72c0,node_agent_mmd_orchestration_layer_orchestration_tool_acfe0c01,node_agent_mmd_memory_vector_layer_memorylayer_toolin_a1185b8f,run_local_memory_preflight_36e92808,node_agent_mmd_orchestration_layer_orchestration_chec_0550c395,node_agent_mmd_tool_layer_toollayer_checker_checker_2_453d593b,node_agent_mmd_memory_vector_layer_memorylayer_checke_a583eb4f,node_agent_mmd_orchestration_layer_orchestration_cont_61b3b9c9,node_agent_mmd_llm_model_layer_llmlayer_context_healt_cfc0bfa8,node_agent_mmd_memory_vector_layer_memorylayer_contex_3204aa0e,node_agent_mmd_orchestration_layer_orchestration_type_4f906dcc,node_agent_mmd_memory_vector_layer_memorylayer_types__9ad640a0,branch_protect_sync_570adb18,node_agent_mmd_tool_layer_toollayer_command_capabilit_e97a4615,node_agent_mmd_memory_vector_layer_memorylayer_comman_c72a5d05,node_agent_mmd_orchestration_layer_orchestration_comm_1f8cc24c,node_agent_mmd_llm_model_layer_llmlayer_command_specs_782af9fa,node_agent_mmd_memory_vector_layer_memorylayer_comman_111eb454,local_memory_preflight_command_spec_9e23f3ce,memory_gate_command_spec_dc9001a9,review_gate_command_spec_3187376a,session_context_command_spec_973afbb1,node_agent_mmd_llm_model_layer_llmlayer_constants_con_c9bd3f6c,node_agent_mmd_memory_vector_layer_memorylayer_consta_702d3f46,context_compact_policy_3dcaf95d,node_agent_mmd_llm_model_layer_llmlayer_index_index_1_02e160ff,node_agent_mmd_memory_vector_layer_memorylayer_index__752bc61e,node_agent_mmd_llm_model_layer_llmlayer_indexer_index_4f4deef5,node_agent_mmd_memory_vector_layer_memorylayer_indexe_93e6d86f,init_error_5c7dd49f,lexical_fallback_723e2b3e,node_agent_mmd_llm_model_layer_llmlayer_ollama_ollama_968b23fa,node_agent_mmd_memory_vector_layer_memorylayer_ollama_6d51be16,rollout_a4fa034c,sources_878a52fc,store_824d80d7,node_agent_mmd_llm_model_layer_llmlayer_sync_contract_9f3cc8c1,node_agent_mmd_memory_vector_layer_memorylayer_sync_c_e43418bc,types_7_2f1ed65e,harness_run_context_ac7c77a9,index_3_7e40d474,json_schema_core_96d7e328,node_agent_mmd_orchestration_layer_orchestration_poli_3270b55d,node_agent_mmd_tool_layer_toollayer_policy_validators_af136abf,node_agent_mmd_memory_vector_layer_memorylayer_policy_1944de42,node_agent_mmd_orchestration_layer_orchestration_type_7cf81261,node_agent_mmd_tool_layer_toollayer_types_core_types__6c8319b6,node_agent_mmd_memory_vector_layer_memorylayer_types__83f369fa,node_agent_mmd_orchestration_layer_orchestration_vali_d9fe99e6,node_agent_mmd_tool_layer_toollayer_validator_core_va_6ef6131f,node_agent_mmd_memory_vector_layer_memorylayer_valida_41034356,node_agent_mmd_orchestration_layer_orchestration_init_2a9c3ecb,node_agent_mmd_memory_vector_layer_memorylayer_init_m_333d02c5,node_agent_mmd_orchestration_layer_orchestration_proj_6ab6f60f,node_agent_mmd_memory_vector_layer_memorylayer_projec_3ae304d9,scaffold_diagram_templates_dd88e83c,node_agent_mmd_orchestration_layer_orchestration_scaf_12cc07db,node_agent_mmd_memory_vector_layer_memorylayer_scaffo_5fd73b94,node_agent_mmd_orchestration_layer_orchestration_scaf_c9a90c2f,node_agent_mmd_tool_layer_toollayer_scaffold_environm_c1afc013,node_agent_mmd_memory_vector_layer_memorylayer_scaffo_12b42341,scaffold_root_command_templates_404fed7f,scaffold_script_template_registry_69312d4e,scaffold_shell_templates_0ad0f915,scaffold_surfaces_12d6494e,node_agent_mmd_orchestration_layer_orchestration_scaf_ff8f92f6,node_agent_mmd_memory_vector_layer_memorylayer_scaffo_a86eece1,scaffold_workflow_template_92310587,eval_seed_5699fd3e,index_9_32dd4d91,review_context_1_e3afed15,memory_gate_1_265164ac,branch_enforcer_acb749cd,cli_args_5_09ea29f0,node_agent_mmd_tool_layer_toollayer_cli_cli_2_1_32d9eeaf,node_agent_mmd_memory_vector_layer_memorylayer_cli_cl_1f1f89ab,node_agent_mmd_tool_layer_toollayer_metrics_tracker_m_4c9237d8,node_agent_mmd_memory_vector_layer_memorylayer_metric_12562178,types_18_37582e2a,validator_4_5180cf23,node_agent_mmd_orchestration_layer_orchestration_clas_899b821a,node_agent_mmd_memory_vector_layer_memorylayer_classi_1ebbf5ff,node_agent_mmd_orchestration_layer_orchestration_tool_cc43149f,node_agent_mmd_tool_layer_toollayer_tooling_baseline__61e66e9f,node_agent_mmd_memory_vector_layer_memorylayer_toolin_14f86b00,claim_helpers_20dc8387,types_23_4352ee2e,local_memory_smoke_1175abfc,local_memory_0db17ecc,performance_overload_c685bfcf,node_agent_mmd_orchestration_layer_orchestration_sugg_85c5ebe3,node_agent_mmd_memory_vector_layer_memorylayer_sugges_267f408d,node_agent_mmd_llm_model_layer_llmlayer_prompt_contex_9683b128,node_agent_mmd_tool_layer_toollayer_prompt_context_dr_801c86ff,node_agent_mmd_memory_vector_layer_memorylayer_prompt_84937d91,node_agent_mmd_orchestration_layer_orchestration_prom_77088997,node_agent_mmd_llm_model_layer_llmlayer_prompt_contex_e5066b88,node_agent_mmd_tool_layer_toollayer_prompt_context_dr_bd82da46,node_agent_mmd_memory_vector_layer_memorylayer_prompt_efd77624,node_agent_mmd_llm_model_layer_llmlayer_prompt_contex_6426acc2,node_agent_mmd_memory_vector_layer_memorylayer_prompt_55c0d605,types_30_424b976c,policy_1_fc4198db,node_agent_mmd_tool_layer_toollayer_runtime_card_code_3636ceac,node_agent_mmd_memory_vector_layer_memorylayer_runtim_a5d23e7f,cli_11_338a8415,collector_0736fd5b,types_33_16e22a82,overload_guard_2748c559 memNode
